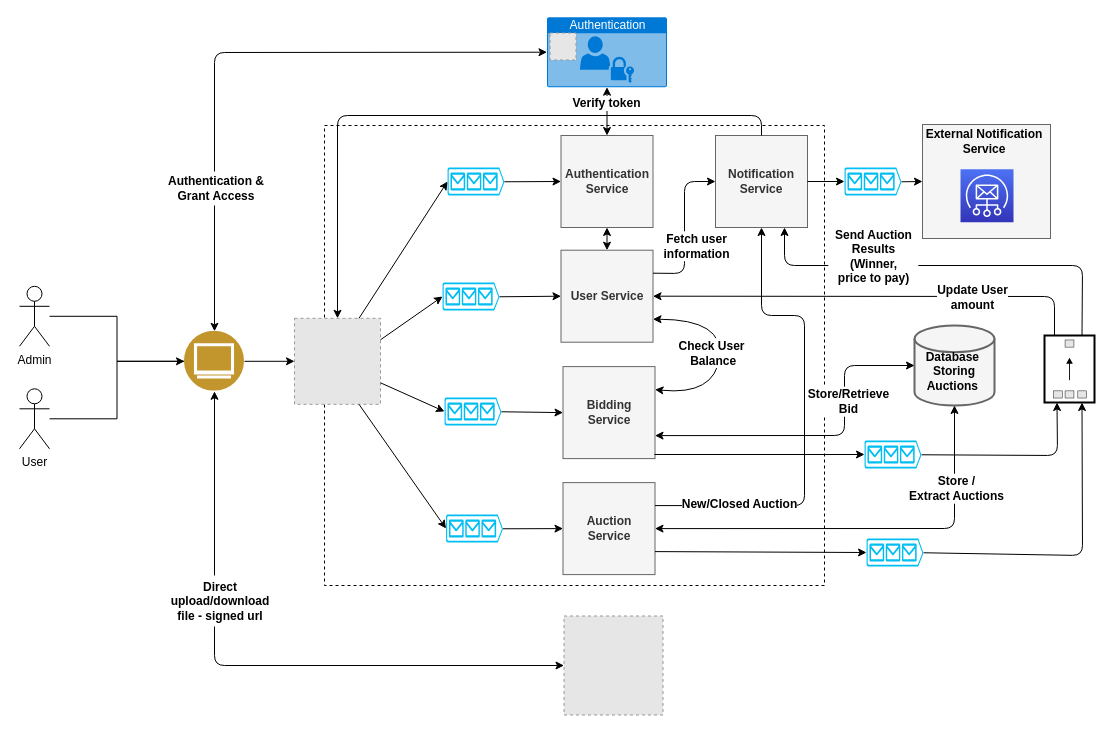
Earlier version of the draw.io diagram Documents/EAI_updated.drawio (FilipeCapela98/EAI_Project). Source tidied: cells renumbered, new cells numbered last; positions are measured from the earlier drawing's top-left corner, leaving out a move shared by most shapes. Both pictures are drawn from the tidied source at 100%, with x=0, y=0 at pixel (19, 17). Pictures stored in the file or linked from it are replaced by grey dashed boxes.
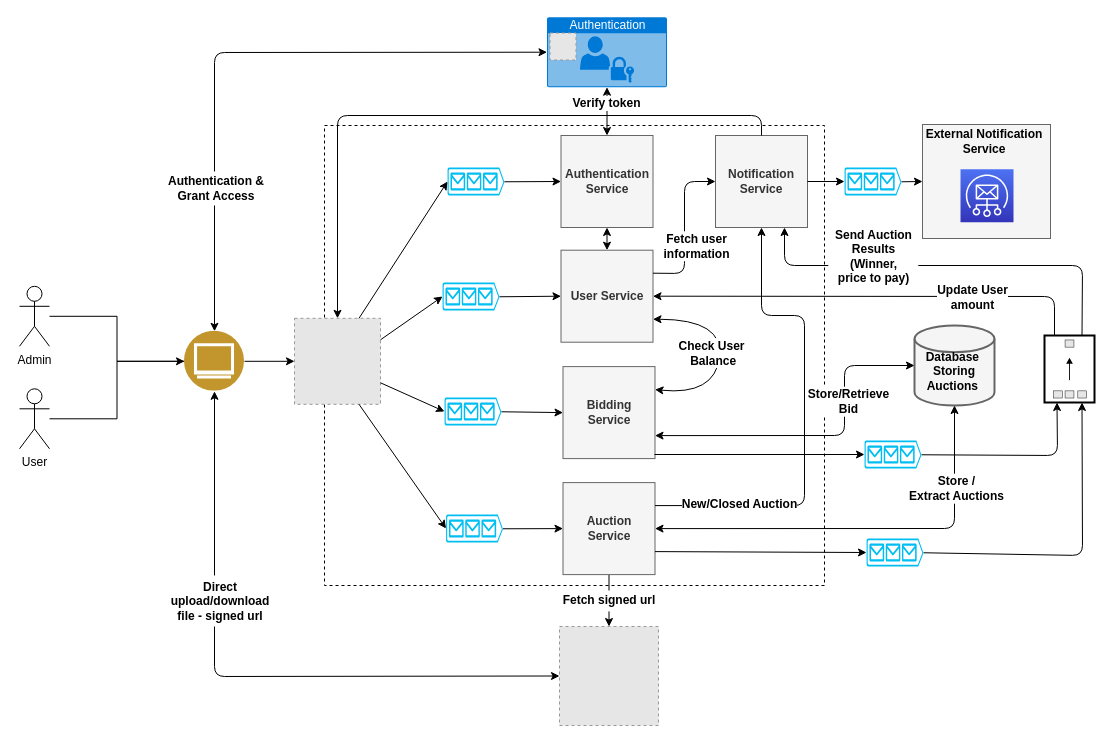
After the change.

Unchanged cells that the change refers to:
```xml
<mxCell id="8" style="perimeter=ellipsePerimeter;html=1;align=center;shadow=0;dashed=0;fontColor=#4277BB;labelBackgroundColor=#ffffff;fontSize=12;spacingTop=3;image;image=img/lib/ibm/users/browser.svg;" parent="1" vertex="1">
  <mxGeometry x="165" y="313.8" width="60" height="60" as="geometry" />
</mxCell>
<mxCell id="13" value="&lt;b&gt;Auction Service&lt;/b&gt;" style="whiteSpace=wrap;html=1;fillColor=#f5f5f5;strokeColor=#666666;fontColor=#333333;" parent="1" vertex="1">
  <mxGeometry x="543.5" y="465.1" width="92" height="92" as="geometry" />
</mxCell>
```

Change to the diagram source:
```diff
@@
     <mxCell id="2" style="endArrow=classic;html=1;exitX=0.5;exitY=1;exitDx=0;exitDy=0;entryX=0;entryY=0.5;entryDx=0;entryDy=0;strokeWidth=1;startArrow=classic;startFill=1;" parent="1" edge="1" source="8" target="15">
       <mxGeometry relative="1" as="geometry">
         <Array as="points">
-          <mxPoint x="195" y="648" />
+          <mxPoint x="195" y="659" />
         </Array>
       </mxGeometry>
     </mxCell>
@@
+    <mxCell id="68" style="edgeStyle=orthogonalEdgeStyle;rounded=0;jettySize=auto;html=1;entryX=0.5;entryY=0;entryDx=0;entryDy=0;" parent="1" edge="1" source="13" target="15">
+      <mxGeometry relative="1" as="geometry" />
+    </mxCell>
@@
     <mxCell id="15" style="fillColor=#E6E6E6;strokeColor=#999999;dashed=1;" parent="1" vertex="1">
-      <mxGeometry x="544.5" y="598.5" width="99" height="99" as="geometry" />
+      <mxGeometry x="540" y="609" width="99" height="99" as="geometry" />
     </mxCell>
@@
+    <mxCell id="69" value="&lt;b&gt;Fetch signed url&lt;br&gt;&lt;/b&gt;" style="text;html=1;strokeColor=none;fillColor=#ffffff;align=center;verticalAlign=middle;whiteSpace=wrap;rounded=0;dashed=1;" parent="1" vertex="1">
+      <mxGeometry x="540.8" y="573" width="97.5" height="20.9" as="geometry" />
+    </mxCell>
```
